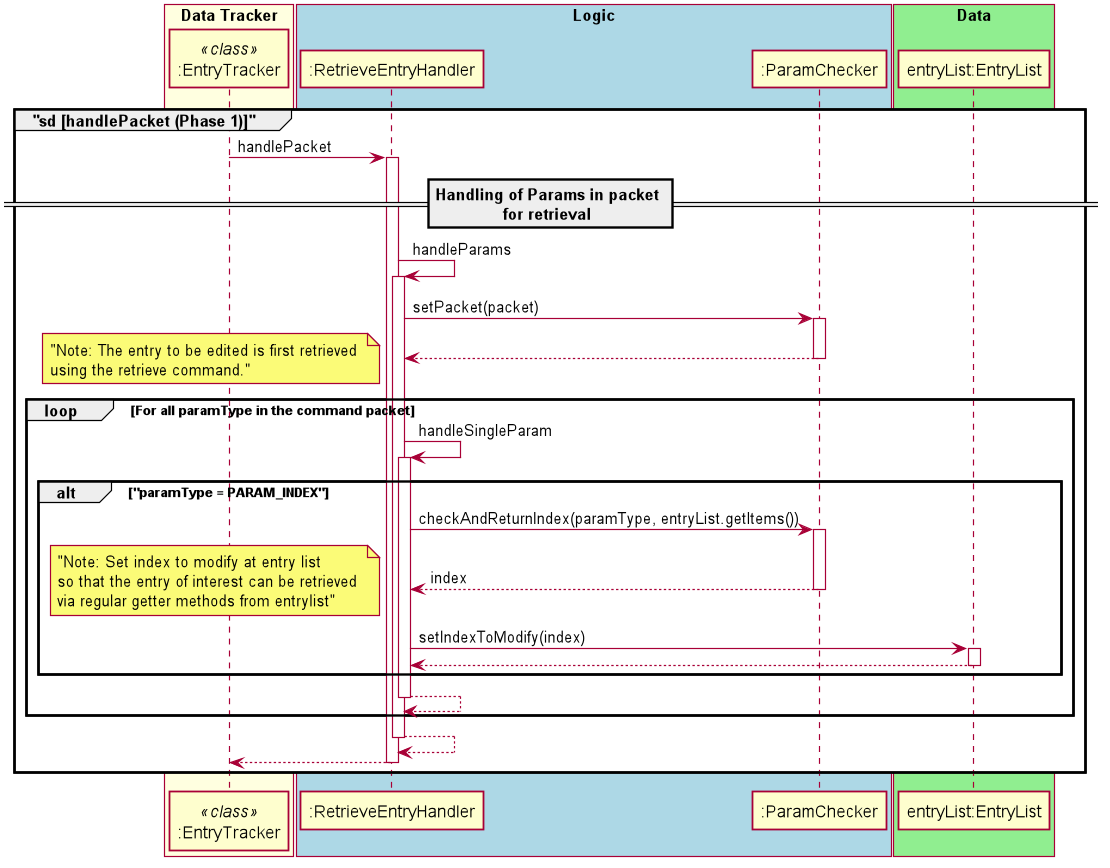
This is docs/uml_images/images_updated/entryTrackerEditEntrySeqDiagram2.png from nus-cs2113-AY2021S1/tp, a PlantUML export, as it was before one commit.
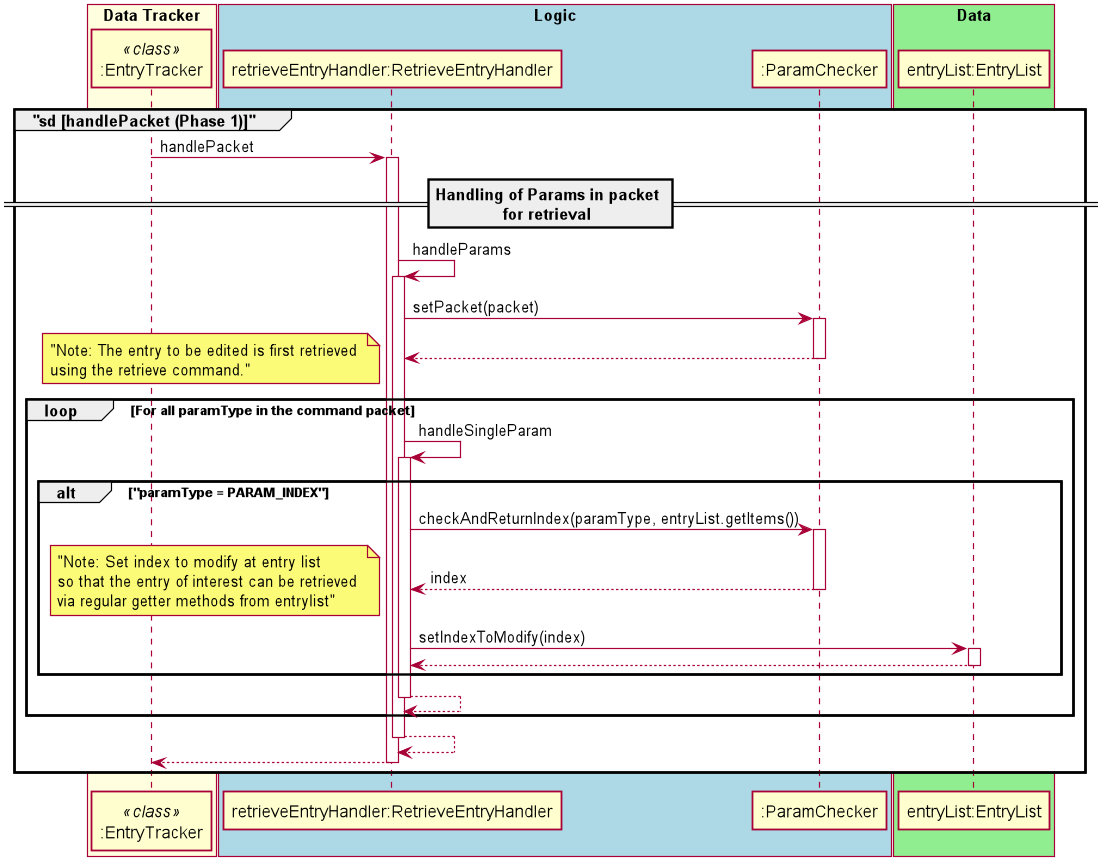
After the change.

Diff of the diagram source:
```diff
@@ -18,7 +18,7 @@
 endBox
 
 box "Logic" #LightBlue
-participant ":RetrieveEntryHandler"
+participant "retrieveEntryHandler:RetrieveEntryHandler"
 participant ":ParamChecker"
 endBox
 
@@ -26,20 +26,20 @@
 participant "entryList:EntryList"
 endBox
 group "sd [handlePacket (Phase 1)]"
-       entryTracker-> ":RetrieveEntryHandler" : handlePacket
+       entryTracker-> "retrieveEntryHandler:RetrieveEntryHandler" : handlePacket
 
             == Handling of Params in packet \nfor retrieval ==
-            ":RetrieveEntryHandler" -> ":RetrieveEntryHandler" : handleParams
-                ":RetrieveEntryHandler" -> ":ParamChecker" : setPacket(packet)
+            "retrieveEntryHandler:RetrieveEntryHandler" -> "retrieveEntryHandler:RetrieveEntryHandler" : handleParams
+                "retrieveEntryHandler:RetrieveEntryHandler" -> ":ParamChecker" : setPacket(packet)
                 return
                 loop For all paramType in the command packet
                     note left: "Note: The entry to be edited is first retrieved \nusing the retrieve command."
-                    ":RetrieveEntryHandler" -> ":RetrieveEntryHandler" : handleSingleParam
+                    "retrieveEntryHandler:RetrieveEntryHandler" -> "retrieveEntryHandler:RetrieveEntryHandler" : handleSingleParam
                         alt "paramType = PARAM_INDEX"
-                            ":RetrieveEntryHandler" ->":ParamChecker": checkAndReturnIndex(paramType, entryList.getItems())
+                            "retrieveEntryHandler:RetrieveEntryHandler" ->":ParamChecker": checkAndReturnIndex(paramType, entryList.getItems())
                             return index
                             note left: "Note: Set index to modify at entry list\nso that the entry of interest can be retrieved \nvia regular getter methods from entrylist"
-                            ":RetrieveEntryHandler" -> "entryList:EntryList" : setIndexToModify(index)
+                            "retrieveEntryHandler:RetrieveEntryHandler" -> "entryList:EntryList" : setIndexToModify(index)
                             return
                         end
                     return
```
